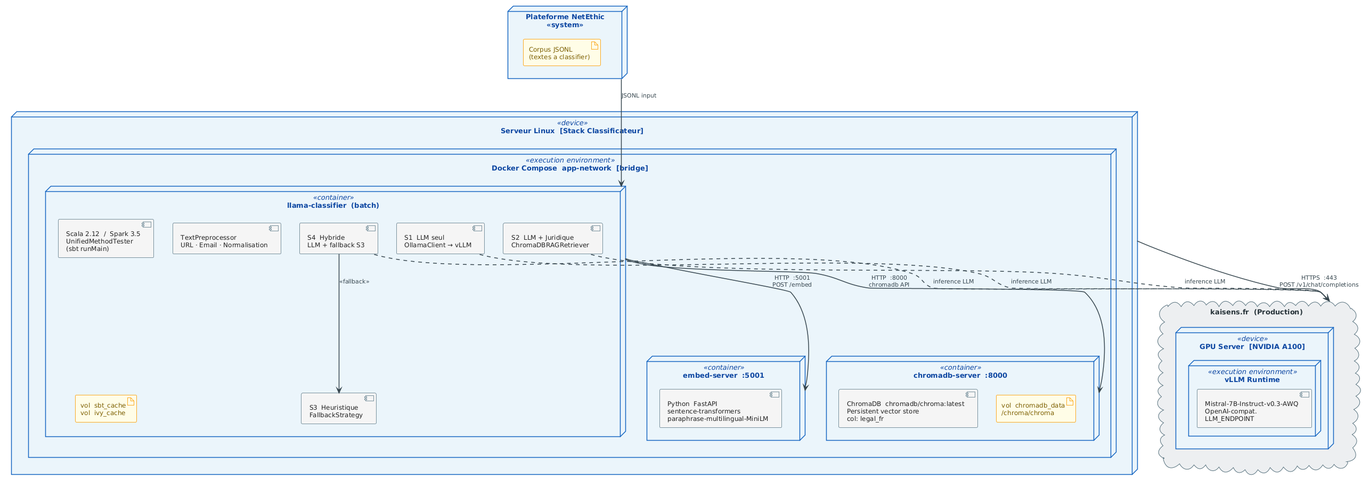
Before: diagramme/17_deploiement_classificateur.png, a diagram exported from PlantUML (RedFalcon22/Rapport_ISTIC_2025_2026_v2).
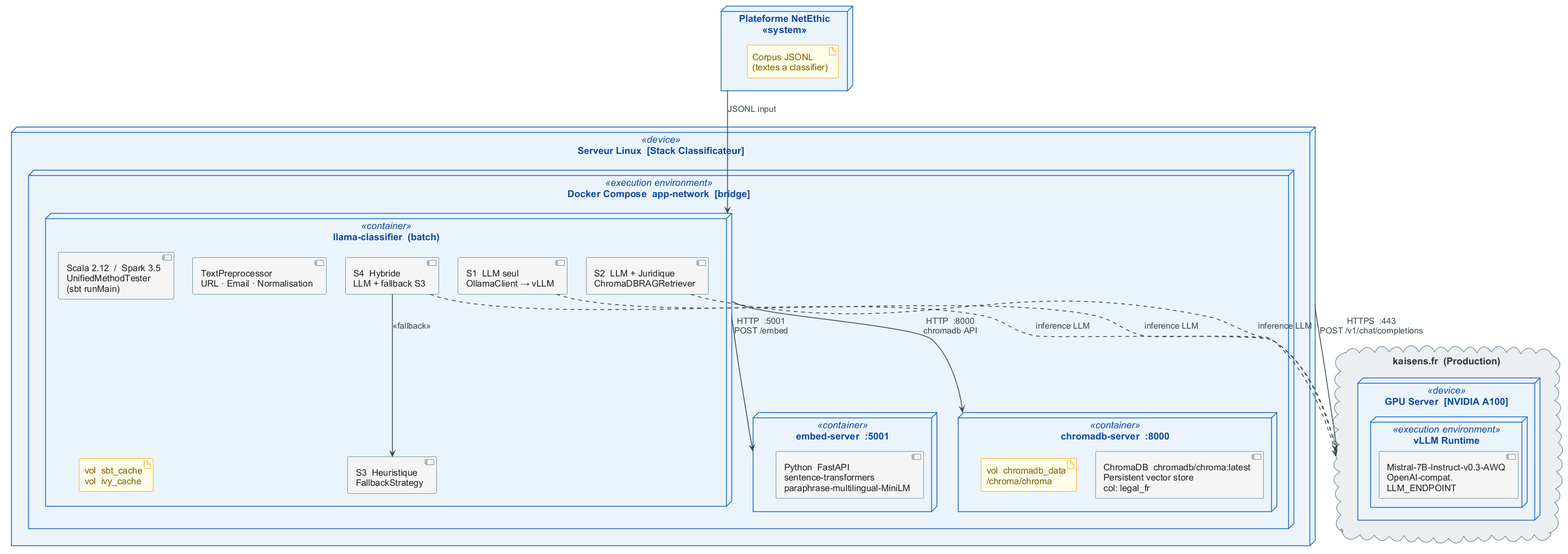
After the commit.

Commit message:
feat: agrandir texte diagramme deploiement classificateur + mode paysage

What changed in the source:
```diff
@@ -1,8 +1,7 @@
-@startuml
-
+@startuml deploiement_classificateur
 !theme plain
 skinparam defaultFontName Arial
-skinparam defaultFontSize 13
+skinparam defaultFontSize 18
 skinparam shadowing false
 
 skinparam node {
@@ -10,29 +9,30 @@
   BorderColor     #1565C0
   BorderThickness 1.5
   FontColor       #0D47A1
-  FontSize        13
+  FontSize        18
 }
 skinparam artifact {
   BackgroundColor #FFFDE7
   BorderColor     #F9A825
   FontColor       #7B5E00
-  FontSize        12
+  FontSize        17
 }
 skinparam component {
   BackgroundColor #F5F5F5
   BorderColor     #78909C
   FontColor       #212121
-  FontSize        12
+  FontSize        17
 }
 skinparam cloud {
   BackgroundColor #ECEFF1
   BorderColor     #546E7A
   FontColor       #263238
+  FontSize        18
 }
 skinparam arrow {
   Color     #37474F
   Thickness 1.5
-  FontSize  11
+  FontSize  16
   FontColor #37474F
 }
 
@@ -83,4 +83,5 @@
 S1   ..>  EXT  : inference LLM
 S2   ..>  EXT  : inference LLM
 S4   ..>  EXT  : inference LLM
+
 @enduml
```
